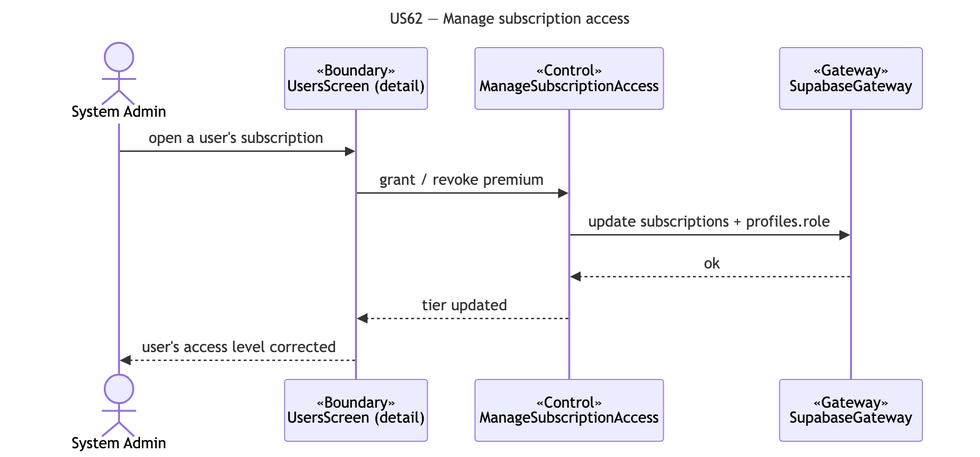
The Mermaid diagram docs/deliverables/sequence-diagrams/US62-manage-subscription-access.png in cyuanjun/FYP-26-S2-37-app, before a commit. Its source is kept beside it as docs/deliverables/sequence-diagrams/src/US62-manage-subscription-access.mmd. Its diagram source:
```mermaid
---
title: "US62 — Manage subscription access"
---
sequenceDiagram
  actor A as System Admin
  participant B as «Boundary»<br/>UsersScreen (detail)
  participant C as «Control»<br/>ManageSubscriptionAccess
  participant G as «Gateway»<br/>SupabaseGateway
  A->>B: open a user's subscription
  B->>C: grant / revoke premium
  C->>G: update subscriptions + profiles.role
  G-->>C: ok
  C-->>B: tier updated
  B-->>A: user's access level corrected
```
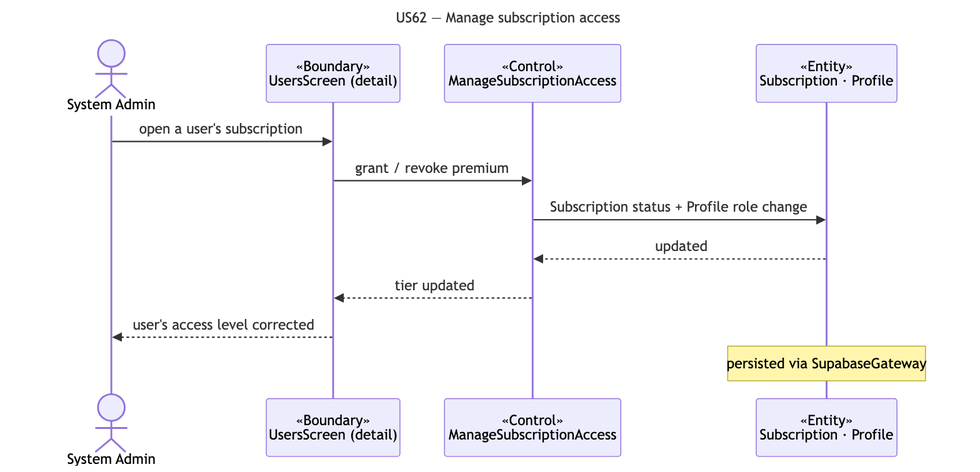
After the commit.

What changed in the source:
```diff
@@ -5,10 +5,11 @@
   actor A as System Admin
   participant B as «Boundary»<br/>UsersScreen (detail)
   participant C as «Control»<br/>ManageSubscriptionAccess
-  participant G as «Gateway»<br/>SupabaseGateway
+  participant E as «Entity»<br/>Subscription · Profile
   A->>B: open a user's subscription
   B->>C: grant / revoke premium
-  C->>G: update subscriptions + profiles.role
-  G-->>C: ok
+  C->>E: Subscription status + Profile role change
+  E-->>C: updated
   C-->>B: tier updated
   B-->>A: user's access level corrected
+  note over E: persisted via SupabaseGateway
```
